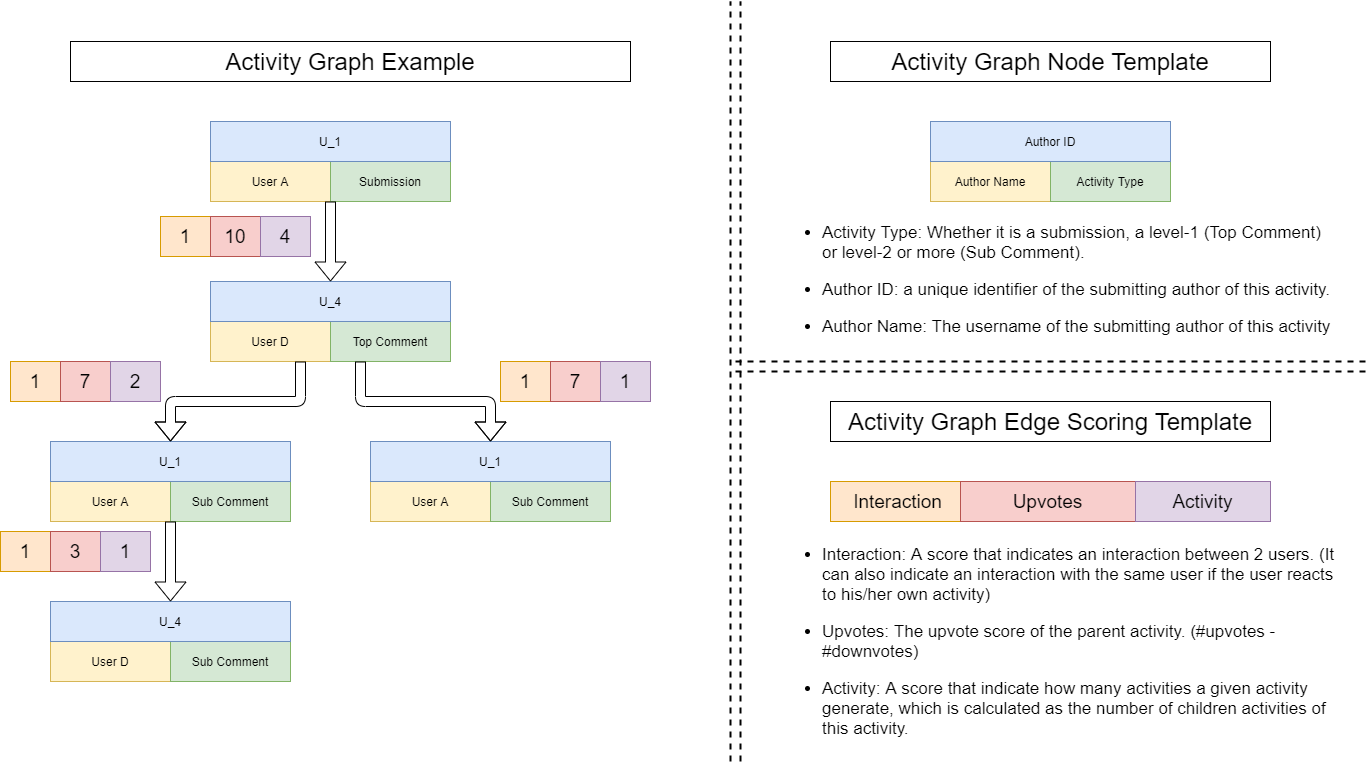
Above: Documents/figures/figures/Activity_Graph_one_submission.png in MohammedGuniem/social-media-influence-analyzer (draw.io), before the change. Source tidied: cells renumbered, new cells last; positions are measured from the earlier drawing's top-left corner, leaving out a move shared by most shapes.
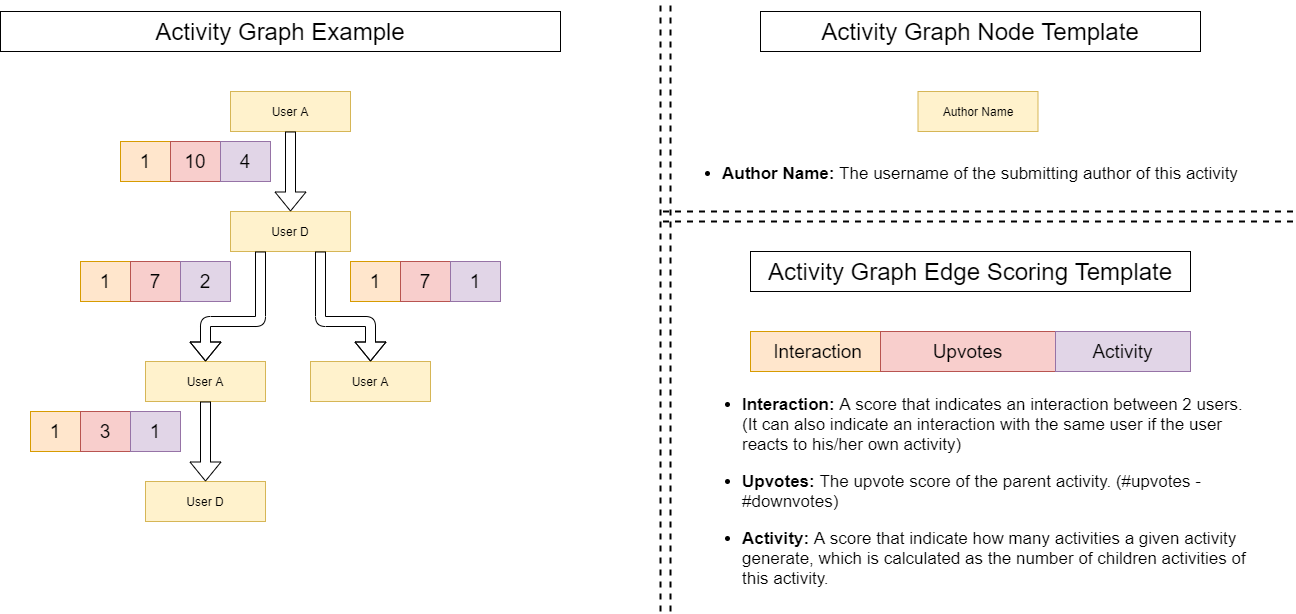
Above is the later version.

Diff of the diagram source:
```diff
@@ -3,165 +3,128 @@
     <mxCell id="0" />
     <mxCell id="1" parent="0" />
     <mxCell id="2" value="Author Name" style="rounded=0;whiteSpace=wrap;html=1;fillColor=#fff2cc;strokeColor=#d6b656;" parent="1" vertex="1">
-      <mxGeometry x="930" y="160" width="120" height="40" as="geometry" />
+      <mxGeometry x="1377.5" y="330" width="120" height="40" as="geometry" />
     </mxCell>
-    <mxCell id="3" value="Activity Type" style="rounded=0;whiteSpace=wrap;html=1;fillColor=#d5e8d4;strokeColor=#82b366;" parent="1" vertex="1">
-      <mxGeometry x="1050" y="160" width="120" height="40" as="geometry" />
-    </mxCell>
-    <mxCell id="4" value="Author ID" style="rounded=0;whiteSpace=wrap;html=1;fillColor=#dae8fc;strokeColor=#6c8ebf;" parent="1" vertex="1">
-      <mxGeometry x="930" y="120" width="240" height="40" as="geometry" />
-    </mxCell>
     <mxCell id="5" value="User A" style="rounded=0;whiteSpace=wrap;html=1;fillColor=#fff2cc;strokeColor=#d6b656;" parent="1" vertex="1">
-      <mxGeometry x="210" y="160" width="120" height="40" as="geometry" />
+      <mxGeometry x="690" y="330" width="120" height="40" as="geometry" />
     </mxCell>
-    <mxCell id="6" value="Submission" style="rounded=0;whiteSpace=wrap;html=1;fillColor=#d5e8d4;strokeColor=#82b366;" parent="1" vertex="1">
-      <mxGeometry x="330" y="160" width="120" height="40" as="geometry" />
-    </mxCell>
-    <mxCell id="7" value="U_1" style="rounded=0;whiteSpace=wrap;html=1;fillColor=#dae8fc;strokeColor=#6c8ebf;" parent="1" vertex="1">
-      <mxGeometry x="210" y="120" width="240" height="40" as="geometry" />
-    </mxCell>
     <mxCell id="8" value="User D" style="rounded=0;whiteSpace=wrap;html=1;fillColor=#fff2cc;strokeColor=#d6b656;" parent="1" vertex="1">
-      <mxGeometry x="210" y="320" width="120" height="40" as="geometry" />
+      <mxGeometry x="690" y="450" width="120" height="40" as="geometry" />
     </mxCell>
-    <mxCell id="9" value="Top Comment" style="rounded=0;whiteSpace=wrap;html=1;fillColor=#d5e8d4;strokeColor=#82b366;" parent="1" vertex="1">
-      <mxGeometry x="330" y="320" width="120" height="40" as="geometry" />
-    </mxCell>
-    <mxCell id="10" value="U_4" style="rounded=0;whiteSpace=wrap;html=1;fillColor=#dae8fc;strokeColor=#6c8ebf;" parent="1" vertex="1">
-      <mxGeometry x="210" y="280" width="240" height="40" as="geometry" />
-    </mxCell>
     <mxCell id="11" value="User A" style="rounded=0;whiteSpace=wrap;html=1;fillColor=#fff2cc;strokeColor=#d6b656;" parent="1" vertex="1">
-      <mxGeometry x="370" y="480" width="120" height="40" as="geometry" />
+      <mxGeometry x="770" y="600" width="120" height="40" as="geometry" />
     </mxCell>
-    <mxCell id="12" value="&lt;span&gt;Sub Comment&lt;/span&gt;" style="rounded=0;whiteSpace=wrap;html=1;fillColor=#d5e8d4;strokeColor=#82b366;" parent="1" vertex="1">
-      <mxGeometry x="490" y="480" width="120" height="40" as="geometry" />
-    </mxCell>
-    <mxCell id="13" value="U_1" style="rounded=0;whiteSpace=wrap;html=1;fillColor=#dae8fc;strokeColor=#6c8ebf;" parent="1" vertex="1">
-      <mxGeometry x="370" y="440" width="240" height="40" as="geometry" />
-    </mxCell>
     <mxCell id="14" value="User A" style="rounded=0;whiteSpace=wrap;html=1;fillColor=#fff2cc;strokeColor=#d6b656;" parent="1" vertex="1">
-      <mxGeometry x="50" y="480" width="120" height="40" as="geometry" />
+      <mxGeometry x="605" y="600" width="120" height="40" as="geometry" />
     </mxCell>
-    <mxCell id="15" value="Sub Comment" style="rounded=0;whiteSpace=wrap;html=1;fillColor=#d5e8d4;strokeColor=#82b366;" parent="1" vertex="1">
-      <mxGeometry x="170" y="480" width="120" height="40" as="geometry" />
-    </mxCell>
-    <mxCell id="16" value="U_1" style="rounded=0;whiteSpace=wrap;html=1;fillColor=#dae8fc;strokeColor=#6c8ebf;" parent="1" vertex="1">
-      <mxGeometry x="50" y="440" width="240" height="40" as="geometry" />
-    </mxCell>
     <mxCell id="17" value="User D" style="rounded=0;whiteSpace=wrap;html=1;fillColor=#fff2cc;strokeColor=#d6b656;" parent="1" vertex="1">
-      <mxGeometry x="50" y="640" width="120" height="40" as="geometry" />
+      <mxGeometry x="605" y="720" width="120" height="40" as="geometry" />
     </mxCell>
-    <mxCell id="18" value="&lt;span&gt;Sub Comment&lt;/span&gt;" style="rounded=0;whiteSpace=wrap;html=1;fillColor=#d5e8d4;strokeColor=#82b366;" parent="1" vertex="1">
-      <mxGeometry x="170" y="640" width="120" height="40" as="geometry" />
-    </mxCell>
-    <mxCell id="19" value="U_4" style="rounded=0;whiteSpace=wrap;html=1;fillColor=#dae8fc;strokeColor=#6c8ebf;" parent="1" vertex="1">
-      <mxGeometry x="50" y="600" width="240" height="40" as="geometry" />
-    </mxCell>
-    <mxCell id="20" style="shape=flexArrow;endArrow=classic;html=1;exitX=0;exitY=1;exitDx=0;exitDy=0;entryX=0.5;entryY=0;entryDx=0;entryDy=0;" parent="1" edge="1" source="6" target="10">
+    <mxCell id="20" style="shape=flexArrow;endArrow=classic;html=1;exitX=0.5;exitY=1;exitDx=0;exitDy=0;entryX=0.5;entryY=0;entryDx=0;entryDy=0;" parent="1" edge="1" source="5" target="8">
       <mxGeometry relative="1" as="geometry" />
     </mxCell>
-    <mxCell id="21" style="shape=flexArrow;endArrow=classic;html=1;exitX=0.75;exitY=1;exitDx=0;exitDy=0;entryX=0.5;entryY=0;entryDx=0;entryDy=0;" parent="1" edge="1" source="8" target="16">
+    <mxCell id="21" style="shape=flexArrow;endArrow=classic;html=1;exitX=0.25;exitY=1;exitDx=0;exitDy=0;entryX=0.5;entryY=0;entryDx=0;entryDy=0;" parent="1" edge="1" source="8" target="14">
       <mxGeometry relative="1" as="geometry">
         <Array as="points">
-          <mxPoint x="300" y="400" />
-          <mxPoint x="170" y="400" />
+          <mxPoint x="720" y="560" />
+          <mxPoint x="665" y="560" />
         </Array>
       </mxGeometry>
     </mxCell>
-    <mxCell id="22" style="shape=flexArrow;endArrow=classic;html=1;exitX=0.25;exitY=1;exitDx=0;exitDy=0;" parent="1" edge="1" source="9">
+    <mxCell id="22" style="shape=flexArrow;endArrow=classic;html=1;exitX=0.75;exitY=1;exitDx=0;exitDy=0;entryX=0.5;entryY=0;entryDx=0;entryDy=0;" parent="1" edge="1" source="8" target="11">
       <mxGeometry relative="1" as="geometry">
-        <mxPoint x="490" y="440" as="targetPoint" />
         <Array as="points">
-          <mxPoint x="360" y="400" />
-          <mxPoint x="490" y="400" />
+          <mxPoint x="780" y="560" />
+          <mxPoint x="830" y="560" />
         </Array>
       </mxGeometry>
     </mxCell>
-    <mxCell id="23" style="shape=flexArrow;endArrow=classic;html=1;exitX=0;exitY=1;exitDx=0;exitDy=0;entryX=0.5;entryY=0;entryDx=0;entryDy=0;" parent="1" edge="1" source="15" target="19">
+    <mxCell id="23" style="shape=flexArrow;endArrow=classic;html=1;exitX=0.5;exitY=1;exitDx=0;exitDy=0;entryX=0.5;entryY=0;entryDx=0;entryDy=0;" parent="1" edge="1" source="14" target="17">
       <mxGeometry relative="1" as="geometry" />
     </mxCell>
     <mxCell id="24" style="endArrow=none;dashed=1;html=1;strokeWidth=2;" parent="1" edge="1">
       <mxGeometry relative="1" as="geometry">
-        <mxPoint x="730" y="760" as="sourcePoint" />
-        <mxPoint x="730" as="targetPoint" />
+        <mxPoint x="1120" y="850" as="sourcePoint" />
+        <mxPoint x="1120" y="240" as="targetPoint" />
       </mxGeometry>
     </mxCell>
     <mxCell id="25" style="endArrow=none;dashed=1;html=1;strokeWidth=2;" parent="1" edge="1">
       <mxGeometry relative="1" as="geometry">
-        <mxPoint x="740" y="760" as="sourcePoint" />
-        <mxPoint x="740" as="targetPoint" />
+        <mxPoint x="1130" y="850" as="sourcePoint" />
+        <mxPoint x="1130" y="240" as="targetPoint" />
       </mxGeometry>
     </mxCell>
     <mxCell id="26" value="&lt;font style=&quot;font-size: 24px&quot;&gt;Activity Graph Node Template&lt;/font&gt;" style="text;html=1;fillColor=none;align=center;verticalAlign=middle;whiteSpace=wrap;rounded=0;strokeColor=#000000;" parent="1" vertex="1">
-      <mxGeometry x="830" y="40" width="440" height="40" as="geometry" />
+      <mxGeometry x="1220" y="250" width="440" height="40" as="geometry" />
     </mxCell>
     <mxCell id="27" value="&lt;font style=&quot;font-size: 24px&quot;&gt;Activity Graph Example&lt;/font&gt;" style="text;html=1;fillColor=none;align=center;verticalAlign=middle;whiteSpace=wrap;rounded=0;strokeColor=#000000;" parent="1" vertex="1">
-      <mxGeometry x="70" y="40" width="560" height="40" as="geometry" />
+      <mxGeometry x="460" y="250" width="560" height="40" as="geometry" />
     </mxCell>
     <mxCell id="28" value="&lt;font style=&quot;font-size: 24px&quot;&gt;Activity Graph Edge Scoring Template&lt;/font&gt;" style="text;html=1;fillColor=none;align=center;verticalAlign=middle;whiteSpace=wrap;rounded=0;strokeColor=#000000;" parent="1" vertex="1">
-      <mxGeometry x="830" y="400" width="440" height="40" as="geometry" />
+      <mxGeometry x="1210" y="490" width="440" height="40" as="geometry" />
     </mxCell>
     <mxCell id="29" value="Interaction" style="text;html=1;fillColor=#ffe6cc;align=center;verticalAlign=middle;whiteSpace=wrap;rounded=0;strokeColor=#d79b00;fontSize=19;" parent="1" vertex="1">
-      <mxGeometry x="830" y="480" width="135" height="40" as="geometry" />
+      <mxGeometry x="1210" y="570" width="135" height="40" as="geometry" />
     </mxCell>
     <mxCell id="30" value="Upvotes" style="text;html=1;fillColor=#f8cecc;align=center;verticalAlign=middle;whiteSpace=wrap;rounded=0;fontSize=19;strokeColor=#b85450;" parent="1" vertex="1">
-      <mxGeometry x="960" y="480" width="175" height="40" as="geometry" />
+      <mxGeometry x="1340" y="570" width="175" height="40" as="geometry" />
     </mxCell>
     <mxCell id="31" value="Activity" style="text;html=1;fillColor=#e1d5e7;align=center;verticalAlign=middle;whiteSpace=wrap;rounded=0;strokeColor=#9673a6;fontSize=19;" parent="1" vertex="1">
-      <mxGeometry x="1135" y="480" width="135" height="40" as="geometry" />
+      <mxGeometry x="1515" y="570" width="135" height="40" as="geometry" />
     </mxCell>
     <mxCell id="32" value="1" style="rounded=0;whiteSpace=wrap;html=1;fontSize=19;strokeColor=#d79b00;fillColor=#ffe6cc;" parent="1" vertex="1">
-      <mxGeometry x="160" y="215" width="50" height="40" as="geometry" />
+      <mxGeometry x="580" y="380" width="50" height="40" as="geometry" />
     </mxCell>
     <mxCell id="33" value="10" style="rounded=0;whiteSpace=wrap;html=1;fontSize=19;strokeColor=#b85450;fillColor=#f8cecc;" parent="1" vertex="1">
-      <mxGeometry x="210" y="215" width="50" height="40" as="geometry" />
+      <mxGeometry x="630" y="380" width="50" height="40" as="geometry" />
     </mxCell>
     <mxCell id="34" value="4" style="rounded=0;whiteSpace=wrap;html=1;fontSize=19;strokeColor=#9673a6;fillColor=#e1d5e7;" parent="1" vertex="1">
-      <mxGeometry x="260" y="215" width="50" height="40" as="geometry" />
+      <mxGeometry x="680" y="380" width="50" height="40" as="geometry" />
     </mxCell>
     <mxCell id="35" value="1" style="rounded=0;whiteSpace=wrap;html=1;fontSize=19;strokeColor=#d79b00;fillColor=#ffe6cc;" parent="1" vertex="1">
-      <mxGeometry x="500" y="360" width="50" height="40" as="geometry" />
+      <mxGeometry x="810" y="500" width="50" height="40" as="geometry" />
     </mxCell>
     <mxCell id="36" value="7" style="rounded=0;whiteSpace=wrap;html=1;fontSize=19;strokeColor=#b85450;fillColor=#f8cecc;" parent="1" vertex="1">
-      <mxGeometry x="550" y="360" width="50" height="40" as="geometry" />
+      <mxGeometry x="860" y="500" width="50" height="40" as="geometry" />
     </mxCell>
     <mxCell id="37" value="1" style="rounded=0;whiteSpace=wrap;html=1;fontSize=19;strokeColor=#9673a6;fillColor=#e1d5e7;" parent="1" vertex="1">
-      <mxGeometry x="600" y="360" width="50" height="40" as="geometry" />
+      <mxGeometry x="910" y="500" width="50" height="40" as="geometry" />
     </mxCell>
     <mxCell id="38" value="1" style="rounded=0;whiteSpace=wrap;html=1;fontSize=19;strokeColor=#d79b00;fillColor=#ffe6cc;" parent="1" vertex="1">
-      <mxGeometry x="10" y="360" width="50" height="40" as="geometry" />
+      <mxGeometry x="540" y="500" width="50" height="40" as="geometry" />
     </mxCell>
     <mxCell id="39" value="7" style="rounded=0;whiteSpace=wrap;html=1;fontSize=19;strokeColor=#b85450;fillColor=#f8cecc;" parent="1" vertex="1">
-      <mxGeometry x="60" y="360" width="50" height="40" as="geometry" />
+      <mxGeometry x="590" y="500" width="50" height="40" as="geometry" />
     </mxCell>
     <mxCell id="40" value="2" style="rounded=0;whiteSpace=wrap;html=1;fontSize=19;strokeColor=#9673a6;fillColor=#e1d5e7;" parent="1" vertex="1">
-      <mxGeometry x="110" y="360" width="50" height="40" as="geometry" />
+      <mxGeometry x="640" y="500" width="50" height="40" as="geometry" />
     </mxCell>
     <mxCell id="41" value="1" style="rounded=0;whiteSpace=wrap;html=1;fontSize=19;strokeColor=#d79b00;fillColor=#ffe6cc;" parent="1" vertex="1">
-      <mxGeometry y="530" width="50" height="40" as="geometry" />
+      <mxGeometry x="490" y="650" width="50" height="40" as="geometry" />
     </mxCell>
     <mxCell id="42" value="3" style="rounded=0;whiteSpace=wrap;html=1;fontSize=19;strokeColor=#b85450;fillColor=#f8cecc;" parent="1" vertex="1">
-      <mxGeometry x="50" y="530" width="50" height="40" as="geometry" />
+      <mxGeometry x="540" y="650" width="50" height="40" as="geometry" />
     </mxCell>
     <mxCell id="43" value="1" style="rounded=0;whiteSpace=wrap;html=1;fontSize=19;strokeColor=#9673a6;fillColor=#e1d5e7;" parent="1" vertex="1">
-      <mxGeometry x="100" y="530" width="50" height="40" as="geometry" />
+      <mxGeometry x="590" y="650" width="50" height="40" as="geometry" />
     </mxCell>
-    <mxCell id="44" value="&lt;ul style=&quot;font-size: 17px&quot;&gt;&lt;li&gt;&lt;font style=&quot;font-size: 17px&quot;&gt;Activity Type: Whether it is a submission, a level-1 (Top Comment) or level-2 or more (Sub Comment).&lt;/font&gt;&lt;/li&gt;&lt;/ul&gt;&lt;ul style=&quot;font-size: 17px&quot;&gt;&lt;li&gt;&lt;font style=&quot;font-size: 17px&quot;&gt;Author ID: a unique identifier of the submitting author of this activity.&lt;/font&gt;&lt;/li&gt;&lt;/ul&gt;&lt;ul style=&quot;font-size: 17px&quot;&gt;&lt;li&gt;&lt;font style=&quot;font-size: 17px&quot;&gt;Author Name: The username of the submitting author of this activity&amp;nbsp;&lt;/font&gt;&lt;/li&gt;&lt;/ul&gt;" style="text;html=1;strokeColor=none;fillColor=none;align=left;verticalAlign=middle;whiteSpace=wrap;rounded=0;" parent="1" vertex="1">
-      <mxGeometry x="780" y="215" width="560" height="125" as="geometry" />
+    <mxCell id="44" value="&lt;ul style=&quot;font-size: 17px&quot;&gt;&lt;li&gt;&lt;font style=&quot;font-size: 17px&quot;&gt;&lt;b&gt;Author Name:&lt;/b&gt; The username of the submitting author of this activity&amp;nbsp;&lt;/font&gt;&lt;/li&gt;&lt;/ul&gt;" style="text;html=1;strokeColor=none;fillColor=none;align=left;verticalAlign=middle;whiteSpace=wrap;rounded=0;" parent="1" vertex="1">
+      <mxGeometry x="1140" y="390" width="600" height="45" as="geometry" />
     </mxCell>
     <mxCell id="45" style="endArrow=none;dashed=1;html=1;strokeWidth=2;" parent="1" edge="1">
       <mxGeometry relative="1" as="geometry">
-        <mxPoint x="735" y="360" as="sourcePoint" />
-        <mxPoint x="1365" y="360" as="targetPoint" />
+        <mxPoint x="1122.5" y="450" as="sourcePoint" />
+        <mxPoint x="1752.5" y="450" as="targetPoint" />
       </mxGeometry>
     </mxCell>
     <mxCell id="46" style="endArrow=none;dashed=1;html=1;strokeWidth=2;" parent="1" edge="1">
       <mxGeometry relative="1" as="geometry">
-        <mxPoint x="735" y="370" as="sourcePoint" />
-        <mxPoint x="1365" y="370" as="targetPoint" />
+        <mxPoint x="1122.5" y="460" as="sourcePoint" />
+        <mxPoint x="1752.5" y="460" as="targetPoint" />
       </mxGeometry>
     </mxCell>
-    <mxCell id="47" value="&lt;ul style=&quot;font-size: 17px&quot;&gt;&lt;li&gt;&lt;font style=&quot;font-size: 17px&quot;&gt;Interaction: A score that indicates an interaction between 2 users. (It can also indicate an interaction with the same user if the user reacts to his/her own activity)&lt;/font&gt;&lt;/li&gt;&lt;/ul&gt;&lt;ul style=&quot;font-size: 17px&quot;&gt;&lt;li&gt;&lt;font style=&quot;font-size: 17px&quot;&gt;Upvotes: The upvote score of the parent activity. (#upvotes - #downvotes)&lt;/font&gt;&lt;/li&gt;&lt;/ul&gt;&lt;ul style=&quot;font-size: 17px&quot;&gt;&lt;li&gt;&lt;font style=&quot;font-size: 17px&quot;&gt;Activity: A score that indicate how many activities a given activity generate, which is calculated as the number of children activities of this activity.&lt;/font&gt;&lt;/li&gt;&lt;/ul&gt;" style="text;html=1;strokeColor=none;fillColor=none;align=left;verticalAlign=middle;whiteSpace=wrap;rounded=0;" parent="1" vertex="1">
-      <mxGeometry x="780" y="520" width="560" height="240" as="geometry" />
+    <mxCell id="47" value="&lt;ul style=&quot;font-size: 17px&quot;&gt;&lt;li&gt;&lt;font style=&quot;font-size: 17px&quot;&gt;&lt;b&gt;Interaction: &lt;/b&gt;A score that indicates an interaction between 2 users. (It can also indicate an interaction with the same user if the user reacts to his/her own activity)&lt;/font&gt;&lt;/li&gt;&lt;/ul&gt;&lt;ul style=&quot;font-size: 17px&quot;&gt;&lt;li&gt;&lt;font style=&quot;font-size: 17px&quot;&gt;&lt;b&gt;Upvotes: &lt;/b&gt;The upvote score of the parent activity. (#upvotes - #downvotes)&lt;/font&gt;&lt;/li&gt;&lt;/ul&gt;&lt;ul style=&quot;font-size: 17px&quot;&gt;&lt;li&gt;&lt;font style=&quot;font-size: 17px&quot;&gt;&lt;b&gt;Activity: &lt;/b&gt;A score that indicate how many activities a given activity generate, which is calculated as the number of children activities of this activity.&lt;/font&gt;&lt;/li&gt;&lt;/ul&gt;" style="text;html=1;strokeColor=none;fillColor=none;align=left;verticalAlign=middle;whiteSpace=wrap;rounded=0;" parent="1" vertex="1">
+      <mxGeometry x="1160" y="610" width="560" height="240" as="geometry" />
     </mxCell>
   </root>
 </mxGraphModel>
```
